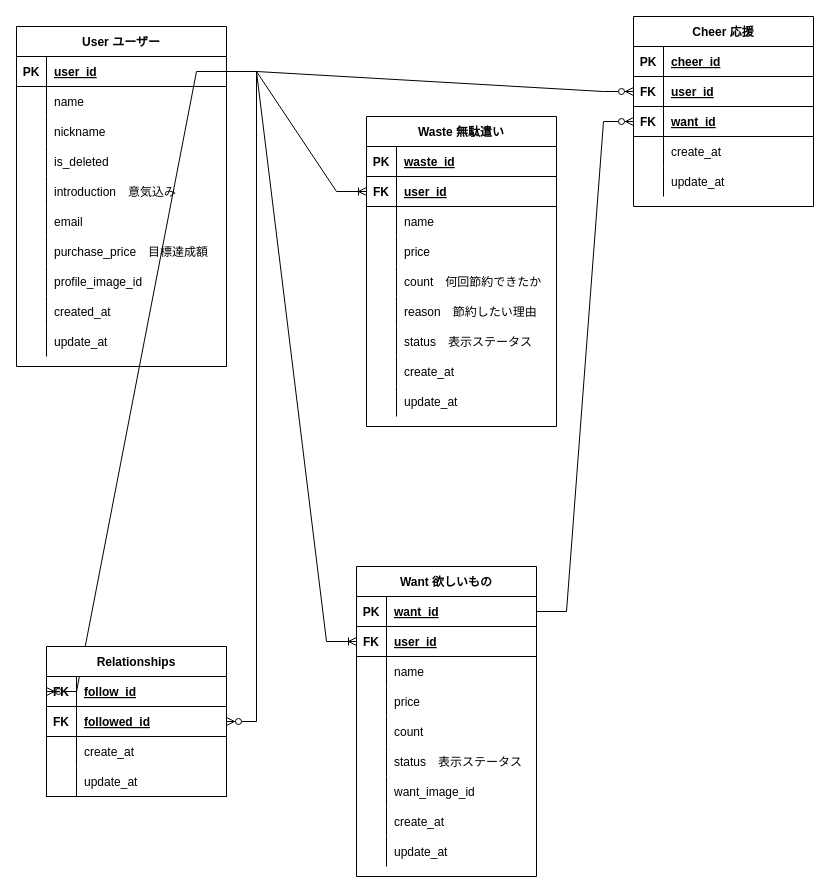
breastroke423/cotsutsumi keeps this draw.io diagram as PF ER.drawio. Above is the earlier version. Source tidied: cells renumbered, new cells numbered last; positions are measured from the earlier drawing's top-left corner, leaving out a move shared by most shapes. Both pictures are drawn from the tidied source at 100%, with x=0, y=0 at pixel (16, 16).
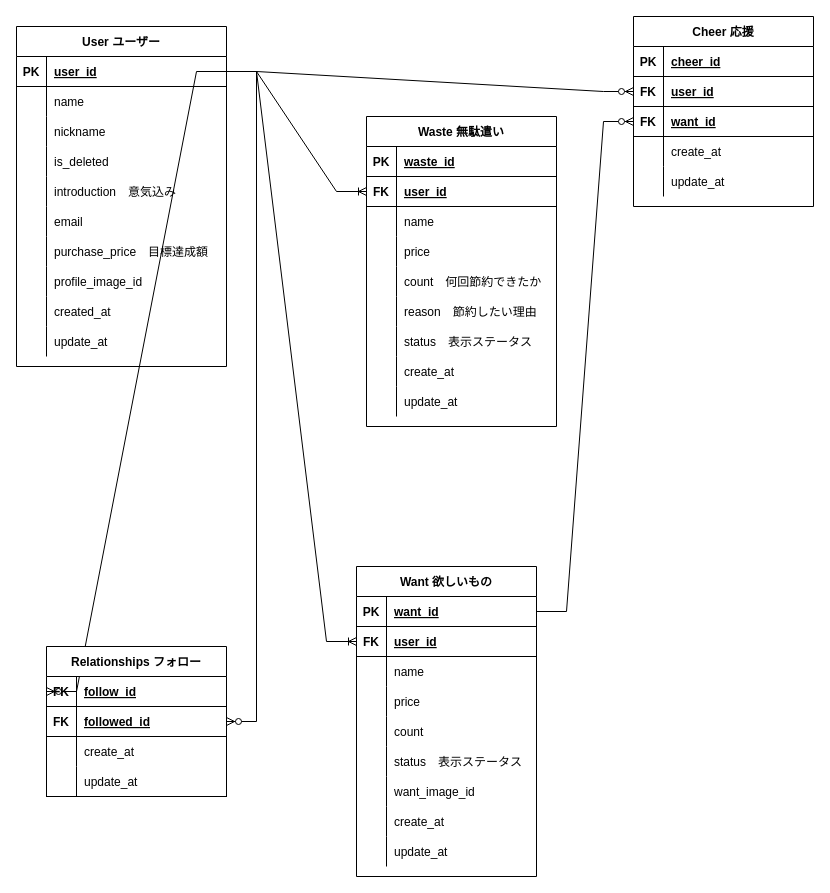
After the change.

Diff of the diagram source:
```diff
@@
-    <mxCell id="111" value="Relationships" style="shape=table;startSize=30;childLayout=tableLayout;rowLines=0;fontStyle=1;align=center;" parent="1" vertex="1">
+    <mxCell id="111" value="Relationships フォロー" style="shape=table;startSize=30;childLayout=tableLayout;rowLines=0;fontStyle=1;align=center;" parent="1" vertex="1">
       <mxGeometry x="30" y="630" width="180" height="150" as="geometry" />
     </mxCell>
```
